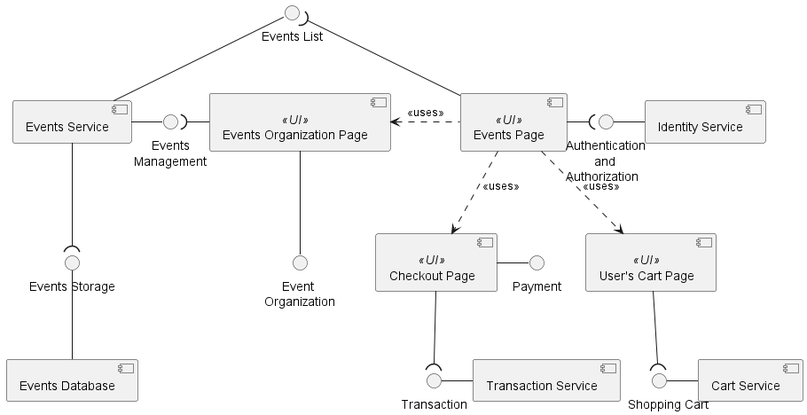
Earlier version of the PlantUML export diagrams/component-diagram.png (vadzim-kurdzesau/ticketing-domain).
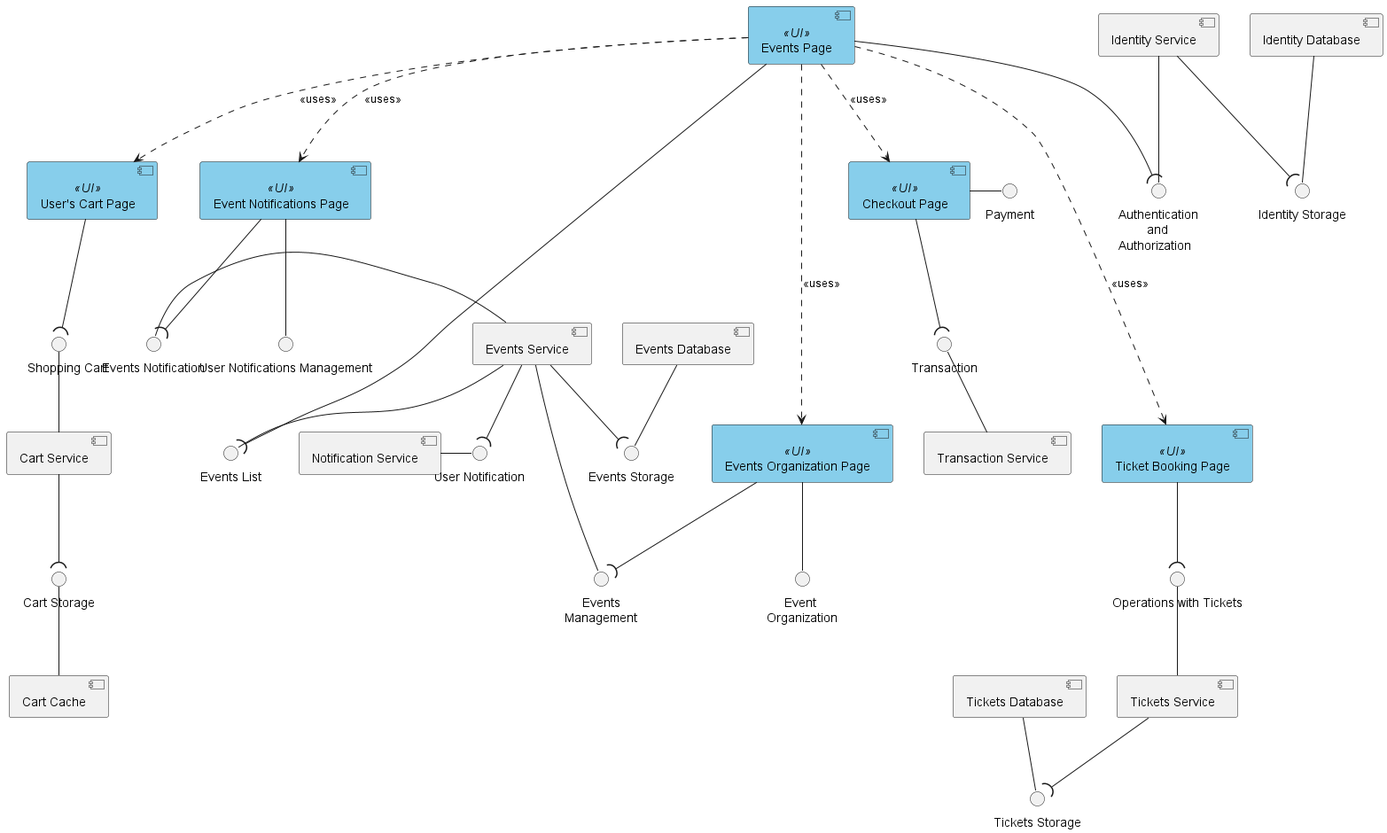
After the commit.

Commit message:
refactor: re-arrange nodes

The edit, as a diff of the source:
```diff
@@ -1,38 +1,66 @@
 @startuml "component-diagram"
 
-[Events Page] <<UI>>
-[Events Page] ..> [Checkout Page] : <<uses>>
-[Events Page] ..left..> [Events Organization Page] : <<uses>>
-[Events Page] ..> [User's Cart Page] : <<uses>>
+[Events Page] <<UI>> #SkyBlue
+[Events Page] .down.> [Checkout Page] : <<uses>>
+[Events Page] ..down..> [Events Organization Page] : <<uses>>
+[Events Page] .down.> [User's Cart Page] : <<uses>>
+[Events Page] .down.> [Event Notifications Page] : <<uses>>
+[Events Page] ..down..> [Ticket Booking Page] : <<uses>>
 
-[Checkout Page] <<UI>>
+[Checkout Page] <<UI>> #SkyBlue
 [Checkout Page] - Payment
-[Checkout Page] --( Transaction
-[Transaction Service] -left- Transaction
+[Checkout Page] -down-( Transaction
+[Transaction Service] -up- Transaction
 
 interface "Authentication\n        and \nAuthorization" as I_Identity
-[Events Page] -right-( I_Identity
-[Identity Service] -left- I_Identity
+[Events Page] --( I_Identity
+[Identity Service] -- I_Identity
+interface "Identity Storage" as I_Identity_Storage
+[Identity Service] --( I_Identity_Storage
+[Identity Database] -- I_Identity_Storage
 
 interface "     Event\nOrganization" as I_Events_Organization
-[Events Organization Page] <<UI>>
-[Events Organization Page] -down- I_Events_Organization
+[Events Organization Page] <<UI>> #SkyBlue
+[Events Organization Page] -- I_Events_Organization
 
 interface "     Events\nManagement" as I_Events_Management
-[Events Service] -right- I_Events_Management
-[Events Organization Page] -left-( I_Events_Management
+[Events Service] -- I_Events_Management
+[Events Organization Page] --( I_Events_Management
 
 interface "Events List" as I_Events_List
-[Events Page] -up-( I_Events_List
-[Events Service] -up- I_Events_List
+[Events Page] --( I_Events_List
+[Events Service] -- I_Events_List
 
 interface "Events Storage" as I_Events_Storage
-[Events Service] -down-( I_Events_Storage
-[Events Database] -up- I_Events_Storage
+[Events Service] --( I_Events_Storage
+[Events Database] -- I_Events_Storage
 
 interface "     Shopping Cart" as I_Shopping_Cart
-[User's Cart Page] <<UI>>
-[User's Cart Page] --( I_Shopping_Cart
-[Cart Service] -left- I_Shopping_Cart
+[User's Cart Page] <<UI>> #SkyBlue
+[User's Cart Page] -down-( I_Shopping_Cart
+[Cart Service] -up- I_Shopping_Cart
+
+interface "Cart Storage" as I_Cart_Storage
+[Cart Service] -down-( I_Cart_Storage
+[Cart Cache] -up- I_Cart_Storage
+
+interface "User Notifications Management" as I_Notifications_Management
+[Event Notifications Page] -- I_Notifications_Management
+interface "Events Notification" as I_Events_Notification
+[Event Notifications Page] <<UI>> #SkyBlue
+[Event Notifications Page] -down-( I_Events_Notification
+[Events Service] - I_Events_Notification
+
+interface "User Notification" as I_User_Notification
+[Notification Service] - I_User_Notification
+[Events Service] --( I_User_Notification
+
+interface "Operations with Tickets" as I_Tickets_Operations
+[Ticket Booking Page] <<UI>> #SkyBlue
+[Tickets Service] -up- I_Tickets_Operations
+[Ticket Booking Page] -down-( I_Tickets_Operations
+interface "Tickets Storage" as I_Tickets_Storage
+[Tickets Service] --( I_Tickets_Storage
+[Tickets Database] -- I_Tickets_Storage
 
 @enduml
```
